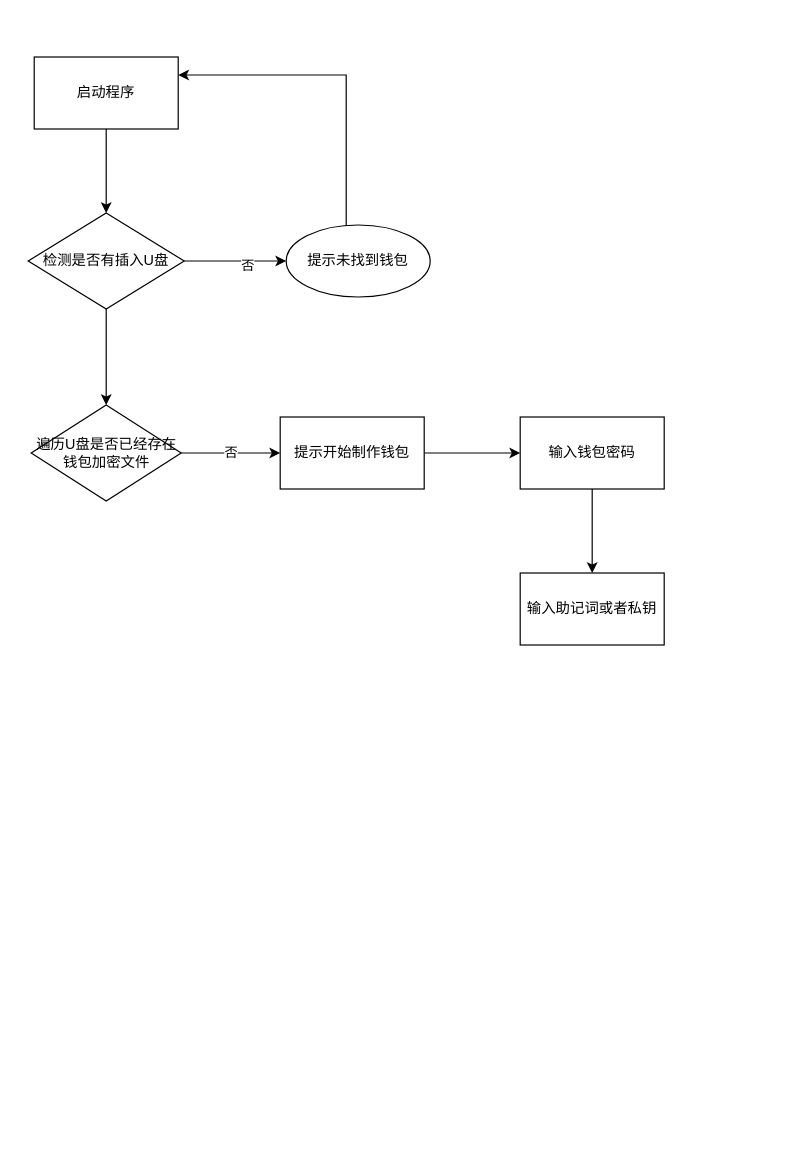
Earlier version of the draw.io diagram usb.drawio (dovezat/drawio). Source tidied: cells renumbered, new cells numbered last; positions are measured from the earlier drawing's top-left corner, leaving out a move shared by most shapes. Both pictures are drawn from the tidied source at 120%, with x=0, y=0 at pixel (28, 56).
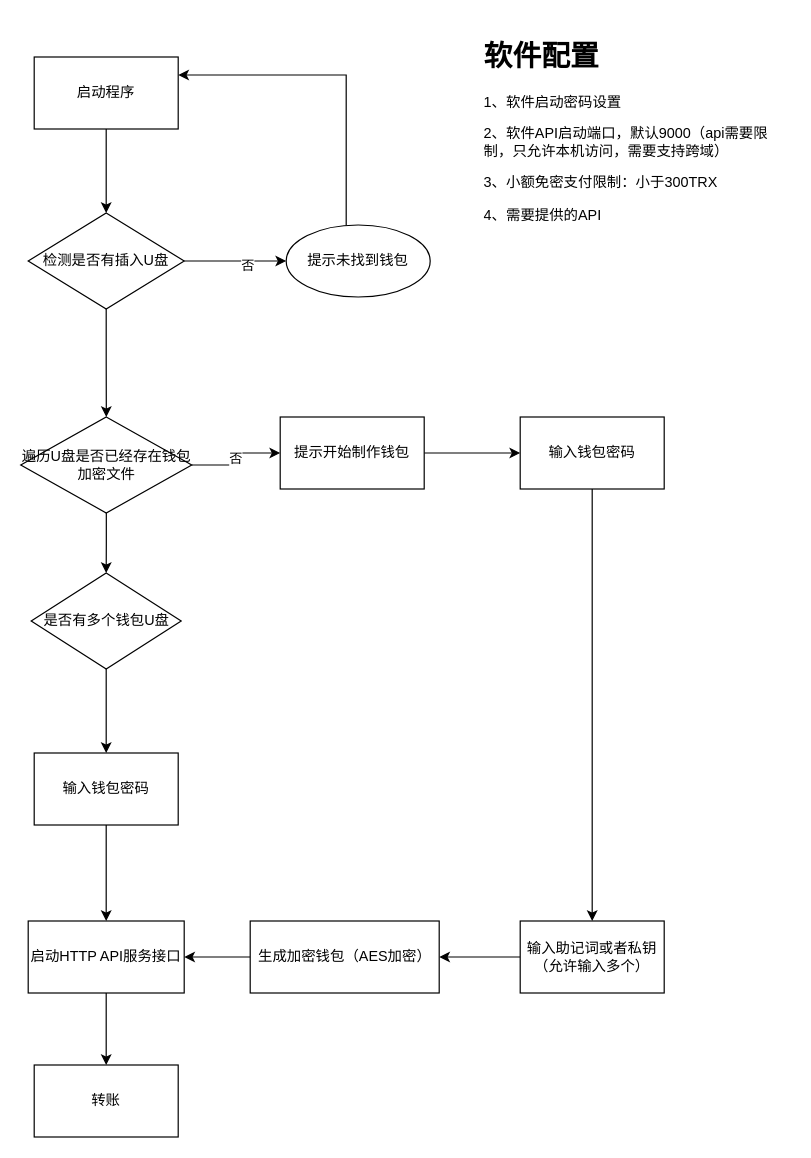
The same page after the edit.

What changed in the source:
```diff
@@
+    <mxCell id="17" style="edgeStyle=orthogonalEdgeStyle;rounded=0;jettySize=auto;html=1;" parent="1" edge="1" source="11" target="22">
+      <mxGeometry relative="1" as="geometry" />
+    </mxCell>
     <mxCell id="11" value="遍历U盘是否已经存在钱包加密文件" style="rhombus;whiteSpace=wrap;html=1;rounded=0;" parent="1" vertex="1">
-      <mxGeometry x="2.5" y="290" width="125" height="80" as="geometry" />
+      <mxGeometry x="-6.2" y="300" width="142.5" height="80" as="geometry" />
     </mxCell>
@@
+    <mxCell id="18" style="edgeStyle=orthogonalEdgeStyle;rounded=0;jettySize=auto;html=1;" parent="1" edge="1" source="16" target="20">
+      <mxGeometry relative="1" as="geometry" />
+    </mxCell>
-    <mxCell id="16" value="输入助记词或者私钥" style="whiteSpace=wrap;html=1;rounded=0;" parent="1" vertex="1">
-      <mxGeometry x="410" y="430" width="120" height="60" as="geometry" />
+    <mxCell id="16" value="输入助记词或者私钥（允许输入多个）" style="whiteSpace=wrap;html=1;rounded=0;" parent="1" vertex="1">
+      <mxGeometry x="410" y="720" width="120" height="60" as="geometry" />
     </mxCell>
+    <mxCell id="19" style="edgeStyle=orthogonalEdgeStyle;rounded=0;jettySize=auto;html=1;entryX=1;entryY=0.5;entryDx=0;entryDy=0;" parent="1" edge="1" source="20" target="26">
+      <mxGeometry relative="1" as="geometry" />
+    </mxCell>
+    <mxCell id="20" value="生成加密钱包（AES加密）" style="whiteSpace=wrap;html=1;rounded=0;" parent="1" vertex="1">
+      <mxGeometry x="185" y="720" width="157.5" height="60" as="geometry" />
+    </mxCell>
+    <mxCell id="21" style="edgeStyle=orthogonalEdgeStyle;rounded=0;jettySize=auto;html=1;" parent="1" edge="1" source="22" target="24">
+      <mxGeometry relative="1" as="geometry" />
+    </mxCell>
+    <mxCell id="22" value="是否有多个钱包U盘" style="rhombus;whiteSpace=wrap;html=1;rounded=0;" parent="1" vertex="1">
+      <mxGeometry x="2.5" y="430" width="125" height="80" as="geometry" />
+    </mxCell>
+    <mxCell id="23" style="edgeStyle=orthogonalEdgeStyle;rounded=0;jettySize=auto;html=1;" parent="1" edge="1" source="24" target="26">
+      <mxGeometry relative="1" as="geometry" />
+    </mxCell>
+    <mxCell id="24" value="输入钱包密码" style="whiteSpace=wrap;html=1;rounded=0;" parent="1" vertex="1">
+      <mxGeometry x="5" y="580" width="120" height="60" as="geometry" />
+    </mxCell>
+    <mxCell id="25" style="edgeStyle=orthogonalEdgeStyle;rounded=0;jettySize=auto;html=1;entryX=0.5;entryY=0;entryDx=0;entryDy=0;" parent="1" edge="1" source="26" target="27">
+      <mxGeometry relative="1" as="geometry" />
+    </mxCell>
+    <mxCell id="26" value="启动HTTP API服务接口" style="whiteSpace=wrap;html=1;rounded=0;" parent="1" vertex="1">
+      <mxGeometry y="720" width="130" height="60" as="geometry" />
+    </mxCell>
+    <mxCell id="27" value="转账" style="rounded=0;whiteSpace=wrap;html=1;" parent="1" vertex="1">
+      <mxGeometry x="5" y="840" width="120" height="60" as="geometry" />
+    </mxCell>
+    <mxCell id="28" value="&lt;h1&gt;软件配置&lt;/h1&gt;&lt;p&gt;1、软件启动密码设置&lt;/p&gt;&lt;p&gt;2、软件API启动端口，默认9000（api需要限制，只允许本机访问，需要支持跨域）&lt;/p&gt;&lt;p&gt;3、小额免密支付限制：小于300TRX&lt;/p&gt;&lt;p&gt;4、需要提供的API&lt;/p&gt;&lt;p&gt;&lt;br&gt;&lt;/p&gt;" style="text;html=1;strokeColor=none;fillColor=none;spacing=5;spacingTop=-20;whiteSpace=wrap;overflow=hidden;rounded=0;" parent="1" vertex="1">
+      <mxGeometry x="375" y="-20" width="260" height="220" as="geometry" />
+    </mxCell>
```
